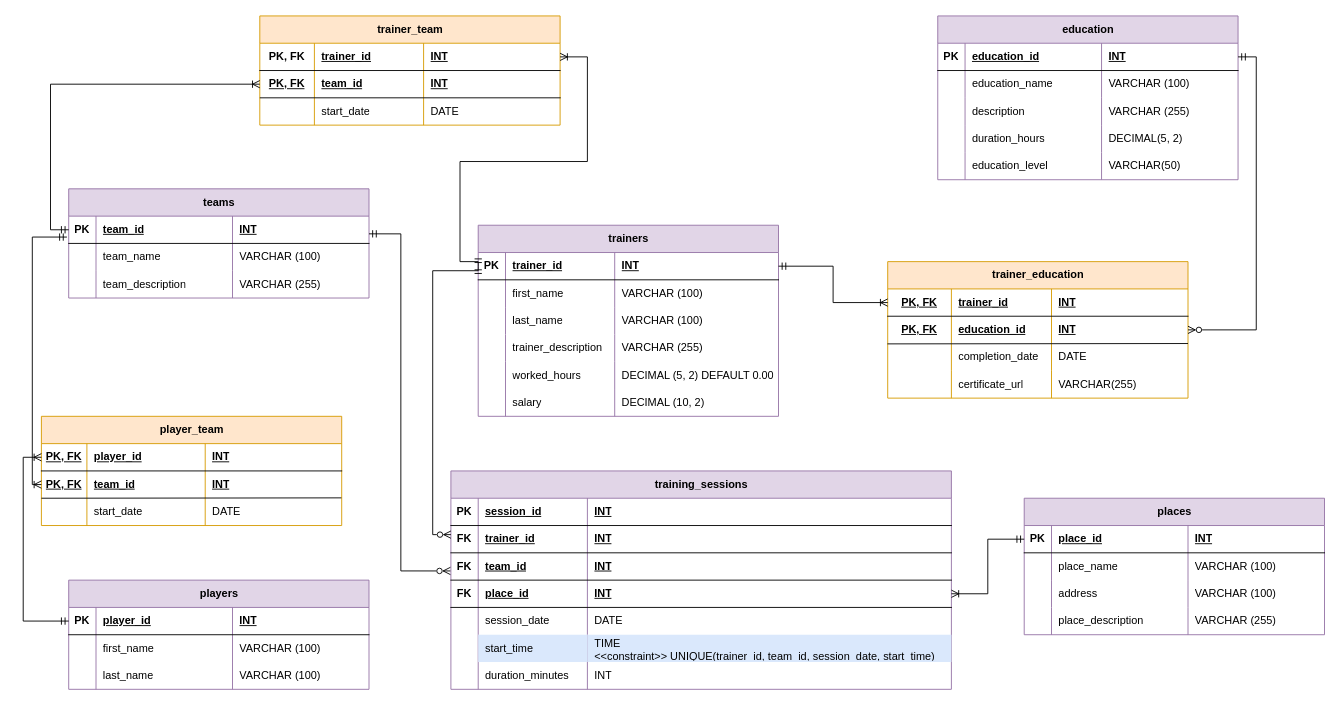
liliana-lasave/Liliana-Lasave-Codes keeps this draw.io diagram as 05_Datenbankerstellung & Design/Lasave-KMS_05_LE_04_01_club_management/Lasave-KMS+_05_LE_04_01_club_management_UML.drawio. Above is the earlier version. Source tidied: cells renumbered, new cells numbered last; positions are measured from the earlier drawing's top-left corner, leaving out a move shared by most shapes. Both pictures are drawn from the tidied source at 91%, with x=0, y=0 at pixel (32, 15).
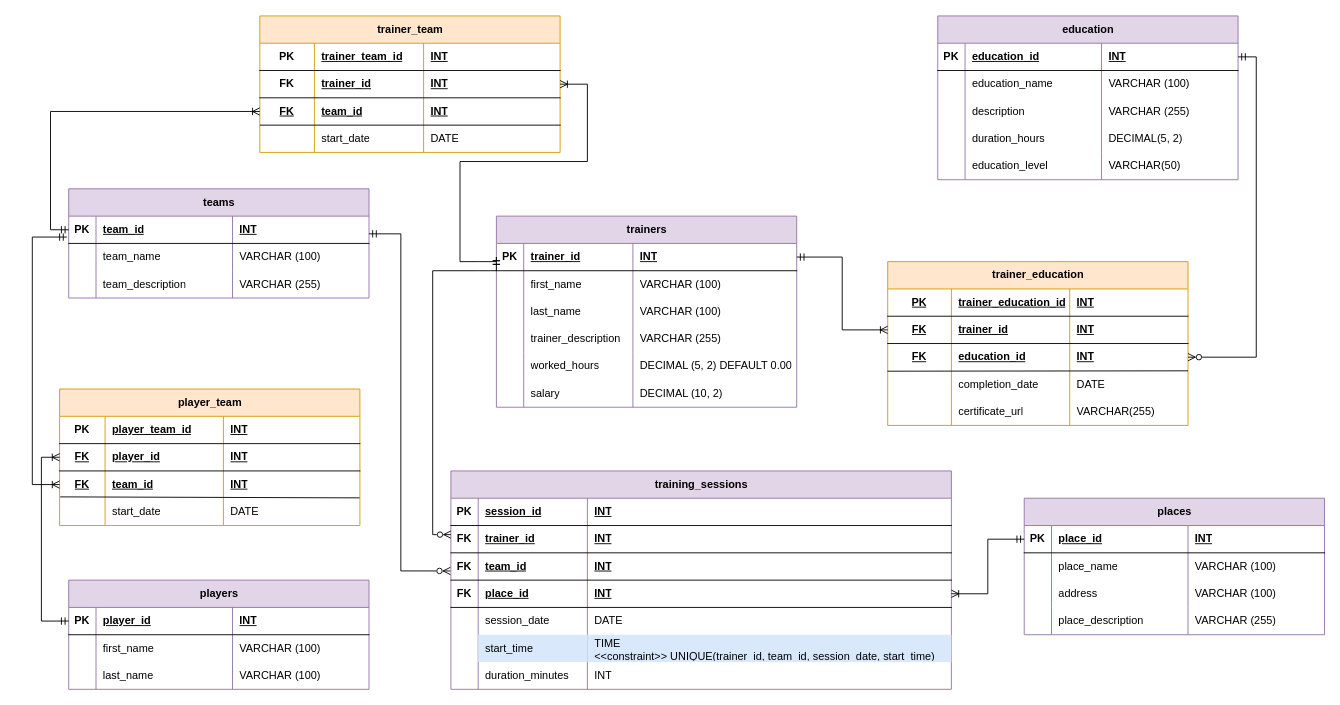
Above is the later version.

Change to the diagram source:
```diff
@@
     <mxCell id="2" value="trainer_team" style="shape=table;startSize=30;childLayout=tableLayout;rowLines=0;fontStyle=1;align=center;html=1;fillColor=#ffe6cc;strokeColor=#d79b00;" parent="1" vertex="1">
-      <mxGeometry x="250" width="330" height="120" as="geometry" />
+      <mxGeometry x="250" width="330" height="150" as="geometry" />
     </mxCell>
+    <mxCell id="175" style="shape=tableRow;horizontal=0;startSize=0;swimlaneHead=0;swimlaneBody=0;fillColor=none;top=0;left=0;right=0;bottom=1;" parent="2" vertex="1">
+      <mxGeometry y="30" width="330" height="30" as="geometry" />
+    </mxCell>
+    <mxCell id="176" value="PK" style="shape=partialRectangle;fillColor=none;top=0;left=0;bottom=0;right=0;fontStyle=1;overflow=hidden;whiteSpace=wrap;html=1;" parent="175" vertex="1">
+      <mxGeometry width="60" height="30" as="geometry" />
+    </mxCell>
+    <mxCell id="177" value="trainer_team_id" style="shape=partialRectangle;fillColor=none;top=0;left=0;bottom=0;right=0;align=left;spacingLeft=6;fontStyle=5;overflow=hidden;whiteSpace=wrap;html=1;" parent="175" vertex="1">
+      <mxGeometry x="60" width="120" height="30" as="geometry" />
+    </mxCell>
+    <mxCell id="178" value="INT" style="shape=partialRectangle;fillColor=none;top=0;left=0;bottom=0;right=0;align=left;spacingLeft=6;fontStyle=5;overflow=hidden;whiteSpace=wrap;html=1;" parent="175" vertex="1">
+      <mxGeometry x="180" width="150" height="30" as="geometry" />
+    </mxCell>
     <mxCell id="3" style="shape=tableRow;horizontal=0;startSize=0;swimlaneHead=0;swimlaneBody=0;fillColor=none;points=[[0,0.5],[1,0.5]];portConstraint=eastwest;top=0;left=0;right=0;bottom=1;" parent="2" vertex="1">
-      <mxGeometry y="30" width="330" height="30" as="geometry" />
+      <mxGeometry y="60" width="330" height="30" as="geometry" />
     </mxCell>
-    <mxCell id="4" value="PK, FK" style="shape=partialRectangle;fillColor=none;top=0;left=0;bottom=0;right=0;fontStyle=1;overflow=hidden;whiteSpace=wrap;html=1;" parent="3" vertex="1">
+    <mxCell id="4" value="FK" style="shape=partialRectangle;fillColor=none;top=0;left=0;bottom=0;right=0;fontStyle=1;overflow=hidden;whiteSpace=wrap;html=1;" parent="3" vertex="1">
       <mxGeometry width="60" height="30" as="geometry" />
     </mxCell>
@@
     <mxCell id="7" style="shape=tableRow;horizontal=0;startSize=0;swimlaneHead=0;swimlaneBody=0;fillColor=none;points=[[0,0.5],[1,0.5]];portConstraint=eastwest;top=0;left=0;right=0;bottom=0;" parent="2" vertex="1">
-      <mxGeometry y="60" width="330" height="30" as="geometry" />
+      <mxGeometry y="90" width="330" height="30" as="geometry" />
     </mxCell>
-    <mxCell id="8" value="PK, FK" style="shape=partialRectangle;fillColor=none;top=0;left=0;bottom=0;right=0;overflow=hidden;whiteSpace=wrap;html=1;fontStyle=5;" parent="7" vertex="1">
+    <mxCell id="8" value="FK" style="shape=partialRectangle;fillColor=none;top=0;left=0;bottom=0;right=0;overflow=hidden;whiteSpace=wrap;html=1;fontStyle=5;" parent="7" vertex="1">
       <mxGeometry width="60" height="30" as="geometry" />
     </mxCell>
@@
     <mxCell id="11" style="shape=tableRow;horizontal=0;startSize=0;swimlaneHead=0;swimlaneBody=0;fillColor=none;points=[[0,0.5],[1,0.5]];portConstraint=eastwest;top=0;left=0;right=0;bottom=0;" parent="2" vertex="1">
-      <mxGeometry y="90" width="330" height="30" as="geometry" />
+      <mxGeometry y="120" width="330" height="30" as="geometry" />
     </mxCell>
@@
     <mxCell id="15" style="endArrow=none;html=1;rounded=0;entryX=1.002;entryY=0;entryDx=0;entryDy=0;entryPerimeter=0;" parent="2" edge="1" target="11">
       <mxGeometry relative="1" as="geometry">
-        <mxPoint y="90" as="sourcePoint" />
+        <mxPoint y="120" as="sourcePoint" />
       </mxGeometry>
     </mxCell>
@@
     <mxCell id="29" value="trainers" style="shape=table;startSize=30;childLayout=tableLayout;rowLines=0;fontStyle=1;align=center;html=1;fillColor=#e1d5e7;strokeColor=#9673a6;" parent="1" vertex="1">
-      <mxGeometry x="490" y="230" width="330" height="210" as="geometry" />
+      <mxGeometry x="510" y="220" width="330" height="210" as="geometry" />
     </mxCell>
@@
     <mxCell id="56" value="player_team" style="shape=table;startSize=30;childLayout=tableLayout;rowLines=0;fontStyle=1;align=center;html=1;fillColor=#ffe6cc;strokeColor=#d79b00;" parent="1" vertex="1">
-      <mxGeometry x="10" y="440" width="330" height="120" as="geometry" />
+      <mxGeometry x="30" y="410" width="330" height="150" as="geometry" />
     </mxCell>
+    <mxCell id="179" style="shape=tableRow;horizontal=0;startSize=0;swimlaneHead=0;swimlaneBody=0;fillColor=none;top=0;left=0;right=0;bottom=1;" parent="56" vertex="1">
+      <mxGeometry y="30" width="330" height="30" as="geometry" />
+    </mxCell>
+    <mxCell id="180" value="PK" style="shape=partialRectangle;fillColor=none;top=0;left=0;bottom=0;right=0;fontStyle=1;overflow=hidden;whiteSpace=wrap;html=1;" parent="179" vertex="1">
+      <mxGeometry width="50" height="30" as="geometry" />
+    </mxCell>
+    <mxCell id="181" value="player_team_id" style="shape=partialRectangle;fillColor=none;top=0;left=0;bottom=0;right=0;align=left;spacingLeft=6;fontStyle=5;overflow=hidden;whiteSpace=wrap;html=1;" parent="179" vertex="1">
+      <mxGeometry x="50" width="130" height="30" as="geometry" />
+    </mxCell>
+    <mxCell id="182" value="INT" style="shape=partialRectangle;fillColor=none;top=0;left=0;bottom=0;right=0;align=left;spacingLeft=6;fontStyle=5;overflow=hidden;whiteSpace=wrap;html=1;" parent="179" vertex="1">
+      <mxGeometry x="180" width="150" height="30" as="geometry" />
+    </mxCell>
     <mxCell id="57" style="shape=tableRow;horizontal=0;startSize=0;swimlaneHead=0;swimlaneBody=0;fillColor=none;points=[[0,0.5],[1,0.5]];portConstraint=eastwest;top=0;left=0;right=0;bottom=1;" parent="56" vertex="1">
-      <mxGeometry y="30" width="330" height="30" as="geometry" />
+      <mxGeometry y="60" width="330" height="30" as="geometry" />
     </mxCell>
-    <mxCell id="58" value="&lt;u&gt;PK, FK&lt;/u&gt;" style="shape=partialRectangle;fillColor=none;top=0;left=0;bottom=0;right=0;fontStyle=1;overflow=hidden;whiteSpace=wrap;html=1;" parent="57" vertex="1">
+    <mxCell id="58" value="&lt;u&gt;FK&lt;/u&gt;" style="shape=partialRectangle;fillColor=none;top=0;left=0;bottom=0;right=0;fontStyle=1;overflow=hidden;whiteSpace=wrap;html=1;" parent="57" vertex="1">
       <mxGeometry width="50" height="30" as="geometry" />
     </mxCell>
@@
     <mxCell id="61" style="shape=tableRow;horizontal=0;startSize=0;swimlaneHead=0;swimlaneBody=0;fillColor=none;points=[[0,0.5],[1,0.5]];portConstraint=eastwest;top=0;left=0;right=0;bottom=0;" parent="56" vertex="1">
-      <mxGeometry y="60" width="330" height="30" as="geometry" />
+      <mxGeometry y="90" width="330" height="30" as="geometry" />
     </mxCell>
-    <mxCell id="62" value="PK, FK" style="shape=partialRectangle;fillColor=none;top=0;left=0;bottom=0;right=0;overflow=hidden;whiteSpace=wrap;html=1;fontStyle=5;" parent="61" vertex="1">
+    <mxCell id="62" value="FK" style="shape=partialRectangle;fillColor=none;top=0;left=0;bottom=0;right=0;overflow=hidden;whiteSpace=wrap;html=1;fontStyle=5;" parent="61" vertex="1">
       <mxGeometry width="50" height="30" as="geometry" />
     </mxCell>
@@
     <mxCell id="65" style="shape=tableRow;horizontal=0;startSize=0;swimlaneHead=0;swimlaneBody=0;fillColor=none;points=[[0,0.5],[1,0.5]];portConstraint=eastwest;top=0;left=0;right=0;bottom=0;" parent="56" vertex="1">
-      <mxGeometry y="90" width="330" height="30" as="geometry" />
+      <mxGeometry y="120" width="330" height="30" as="geometry" />
     </mxCell>
@@
-    <mxCell id="69" style="endArrow=none;html=1;rounded=0;entryX=0.999;entryY=-0.013;entryDx=0;entryDy=0;entryPerimeter=0;" parent="56" edge="1" target="65">
-      <mxGeometry relative="1" as="geometry">
-        <mxPoint y="90" as="sourcePoint" />
-      </mxGeometry>
+    <mxCell id="69" style="endArrow=none;html=1;rounded=0;entryX=0.999;entryY=-0.013;entryDx=0;entryDy=0;entryPerimeter=0;exitX=0.002;exitY=0.951;exitDx=0;exitDy=0;exitPerimeter=0;" parent="56" edge="1" source="61" target="65">
+      <mxGeometry relative="1" as="geometry" />
     </mxCell>
@@
     <mxCell id="134" value="trainer_education" style="shape=table;startSize=30;childLayout=tableLayout;rowLines=0;fontStyle=1;align=center;html=1;fillColor=#ffe6cc;strokeColor=#d79b00;" parent="1" vertex="1">
-      <mxGeometry x="940" y="270" width="330" height="150" as="geometry" />
+      <mxGeometry x="940" y="270" width="330" height="180" as="geometry" />
     </mxCell>
+    <mxCell id="183" style="shape=tableRow;horizontal=0;startSize=0;swimlaneHead=0;swimlaneBody=0;fillColor=none;top=0;left=0;right=0;bottom=1;" parent="134" vertex="1">
+      <mxGeometry y="30" width="330" height="30" as="geometry" />
+    </mxCell>
+    <mxCell id="184" value="PK" style="shape=partialRectangle;fillColor=none;top=0;left=0;bottom=0;right=0;fontStyle=5;overflow=hidden;whiteSpace=wrap;html=1;" parent="183" vertex="1">
+      <mxGeometry width="70" height="30" as="geometry" />
+    </mxCell>
+    <mxCell id="185" value="trainer_education_id" style="shape=partialRectangle;fillColor=none;top=0;left=0;bottom=0;right=0;align=left;spacingLeft=6;fontStyle=5;overflow=hidden;whiteSpace=wrap;html=1;" parent="183" vertex="1">
+      <mxGeometry x="70" width="130" height="30" as="geometry" />
+    </mxCell>
+    <mxCell id="186" value="INT" style="shape=partialRectangle;fillColor=none;top=0;left=0;bottom=0;right=0;align=left;spacingLeft=6;fontStyle=5;overflow=hidden;whiteSpace=wrap;html=1;" parent="183" vertex="1">
+      <mxGeometry x="200" width="130" height="30" as="geometry" />
+    </mxCell>
     <mxCell id="135" style="shape=tableRow;horizontal=0;startSize=0;swimlaneHead=0;swimlaneBody=0;fillColor=none;points=[[0,0.5],[1,0.5]];portConstraint=eastwest;top=0;left=0;right=0;bottom=1;" parent="134" vertex="1">
-      <mxGeometry y="30" width="330" height="30" as="geometry" />
+      <mxGeometry y="60" width="330" height="30" as="geometry" />
     </mxCell>
-    <mxCell id="136" value="PK, FK" style="shape=partialRectangle;fillColor=none;top=0;left=0;bottom=0;right=0;fontStyle=5;overflow=hidden;whiteSpace=wrap;html=1;" parent="135" vertex="1">
+    <mxCell id="136" value="FK" style="shape=partialRectangle;fillColor=none;top=0;left=0;bottom=0;right=0;fontStyle=5;overflow=hidden;whiteSpace=wrap;html=1;" parent="135" vertex="1">
       <mxGeometry width="70" height="30" as="geometry" />
     </mxCell>
     <mxCell id="137" value="trainer_id" style="shape=partialRectangle;fillColor=none;top=0;left=0;bottom=0;right=0;align=left;spacingLeft=6;fontStyle=5;overflow=hidden;whiteSpace=wrap;html=1;" parent="135" vertex="1">
-      <mxGeometry x="70" width="110" height="30" as="geometry" />
+      <mxGeometry x="70" width="130" height="30" as="geometry" />
     </mxCell>
     <mxCell id="138" value="INT" style="shape=partialRectangle;fillColor=none;top=0;left=0;bottom=0;right=0;align=left;spacingLeft=6;fontStyle=5;overflow=hidden;whiteSpace=wrap;html=1;" parent="135" vertex="1">
-      <mxGeometry x="180" width="150" height="30" as="geometry" />
+      <mxGeometry x="200" width="130" height="30" as="geometry" />
     </mxCell>
     <mxCell id="139" style="shape=tableRow;horizontal=0;startSize=0;swimlaneHead=0;swimlaneBody=0;fillColor=none;points=[[0,0.5],[1,0.5]];portConstraint=eastwest;top=0;left=0;right=0;bottom=0;" parent="134" vertex="1">
-      <mxGeometry y="60" width="330" height="30" as="geometry" />
+      <mxGeometry y="90" width="330" height="30" as="geometry" />
     </mxCell>
-    <mxCell id="140" value="PK, FK" style="shape=partialRectangle;fillColor=none;top=0;left=0;bottom=0;right=0;overflow=hidden;whiteSpace=wrap;html=1;fontStyle=5;" parent="139" vertex="1">
+    <mxCell id="140" value="FK" style="shape=partialRectangle;fillColor=none;top=0;left=0;bottom=0;right=0;overflow=hidden;whiteSpace=wrap;html=1;fontStyle=5;" parent="139" vertex="1">
       <mxGeometry width="70" height="30" as="geometry" />
     </mxCell>
     <mxCell id="141" value="education_id" style="shape=partialRectangle;fillColor=none;top=0;left=0;bottom=0;right=0;align=left;spacingLeft=6;overflow=hidden;whiteSpace=wrap;html=1;fontStyle=5;" parent="139" vertex="1">
-      <mxGeometry x="70" width="110" height="30" as="geometry" />
+      <mxGeometry x="70" width="130" height="30" as="geometry" />
     </mxCell>
     <mxCell id="142" value="INT" style="shape=partialRectangle;fillColor=none;top=0;left=0;bottom=0;right=0;align=left;spacingLeft=6;overflow=hidden;whiteSpace=wrap;html=1;fontStyle=5;" parent="139" vertex="1">
-      <mxGeometry x="180" width="150" height="30" as="geometry" />
+      <mxGeometry x="200" width="130" height="30" as="geometry" />
     </mxCell>
     <mxCell id="143" style="endArrow=none;html=1;rounded=0;exitX=0;exitY=0.328;exitDx=0;exitDy=0;exitPerimeter=0;entryX=1.001;entryY=0.315;entryDx=0;entryDy=0;entryPerimeter=0;" parent="134" edge="1">
       <mxGeometry relative="1" as="geometry">
-        <mxPoint x="-0.3" y="90.4" as="sourcePoint" />
-        <mxPoint x="330" y="90" as="targetPoint" />
+        <mxPoint x="-0.3" y="120.4" as="sourcePoint" />
+        <mxPoint x="330" y="120" as="targetPoint" />
       </mxGeometry>
     </mxCell>
     <mxCell id="144" style="shape=tableRow;horizontal=0;startSize=0;swimlaneHead=0;swimlaneBody=0;fillColor=none;top=0;left=0;right=0;bottom=0;" parent="134" vertex="1">
-      <mxGeometry y="90" width="330" height="30" as="geometry" />
+      <mxGeometry y="120" width="330" height="30" as="geometry" />
     </mxCell>
@@
     <mxCell id="146" value="completion_date" style="shape=partialRectangle;fillColor=none;top=0;left=0;bottom=0;right=0;align=left;spacingLeft=6;overflow=hidden;whiteSpace=wrap;html=1;fontStyle=0;" parent="144" vertex="1">
-      <mxGeometry x="70" width="110" height="30" as="geometry" />
+      <mxGeometry x="70" width="130" height="30" as="geometry" />
     </mxCell>
     <mxCell id="147" value="DATE" style="shape=partialRectangle;fillColor=none;top=0;left=0;bottom=0;right=0;align=left;spacingLeft=6;overflow=hidden;whiteSpace=wrap;html=1;fontStyle=0;" parent="144" vertex="1">
-      <mxGeometry x="180" width="150" height="30" as="geometry" />
+      <mxGeometry x="200" width="130" height="30" as="geometry" />
     </mxCell>
     <mxCell id="148" style="shape=tableRow;horizontal=0;startSize=0;swimlaneHead=0;swimlaneBody=0;fillColor=none;top=0;left=0;right=0;bottom=0;" parent="134" vertex="1">
-      <mxGeometry y="120" width="330" height="30" as="geometry" />
+      <mxGeometry y="150" width="330" height="30" as="geometry" />
     </mxCell>
@@
     <mxCell id="150" value="certificate_url" style="shape=partialRectangle;fillColor=none;top=0;left=0;bottom=0;right=0;align=left;spacingLeft=6;overflow=hidden;whiteSpace=wrap;html=1;fontStyle=0;" parent="148" vertex="1">
-      <mxGeometry x="70" width="110" height="30" as="geometry" />
+      <mxGeometry x="70" width="130" height="30" as="geometry" />
     </mxCell>
     <mxCell id="151" value="VARCHAR(255)" style="shape=partialRectangle;fillColor=none;top=0;left=0;bottom=0;right=0;align=left;spacingLeft=6;overflow=hidden;whiteSpace=wrap;html=1;fontStyle=0;" parent="148" vertex="1">
-      <mxGeometry x="180" width="150" height="30" as="geometry" />
+      <mxGeometry x="200" width="130" height="30" as="geometry" />
     </mxCell>
```
